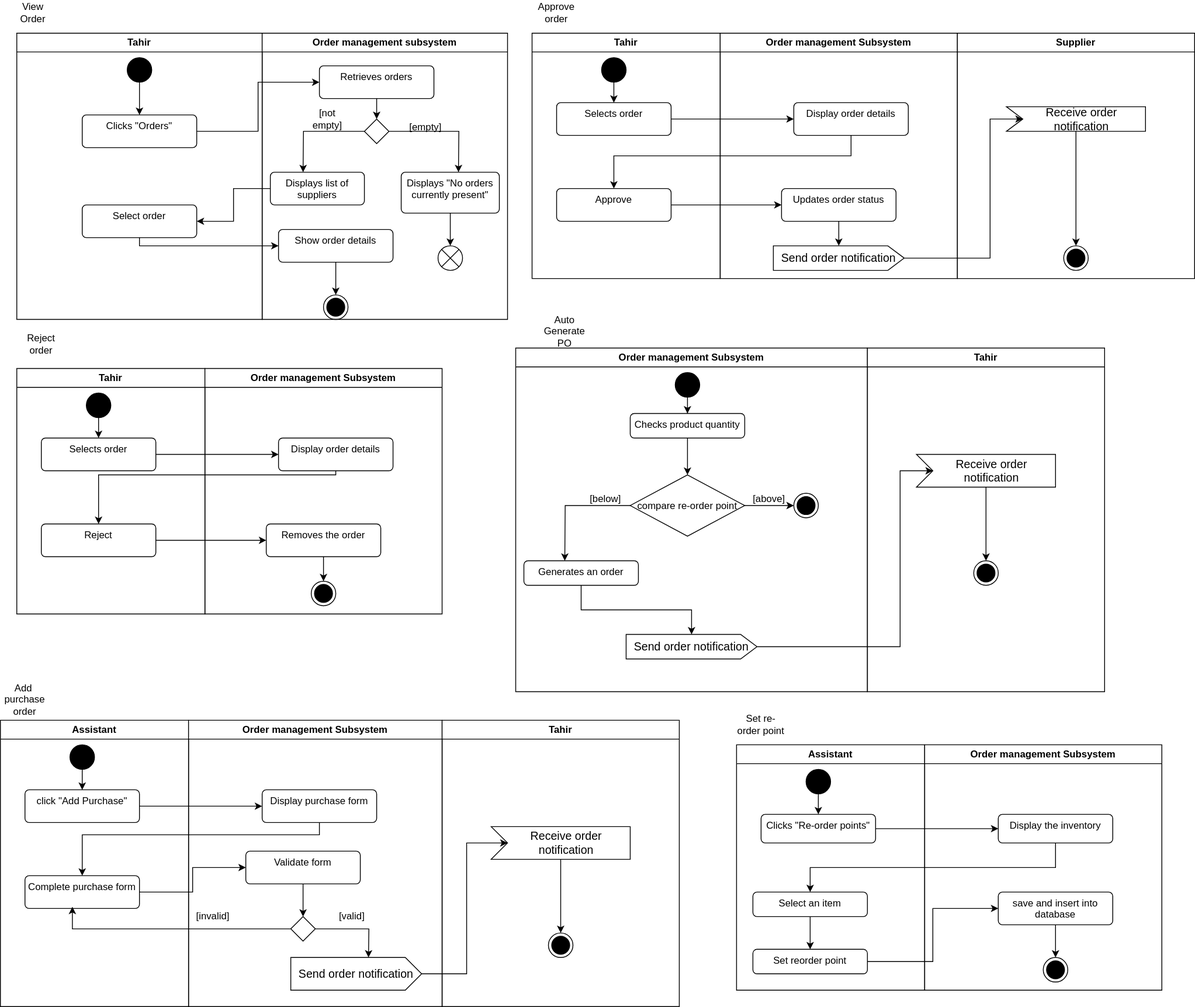
The draw.io diagram order_act.svg in Simamkele88/IFM3_GP, before a commit. Source tidied: cells renumbered, new cells last; positions are measured from the earlier drawing's top-left corner, leaving out a move shared by most shapes.
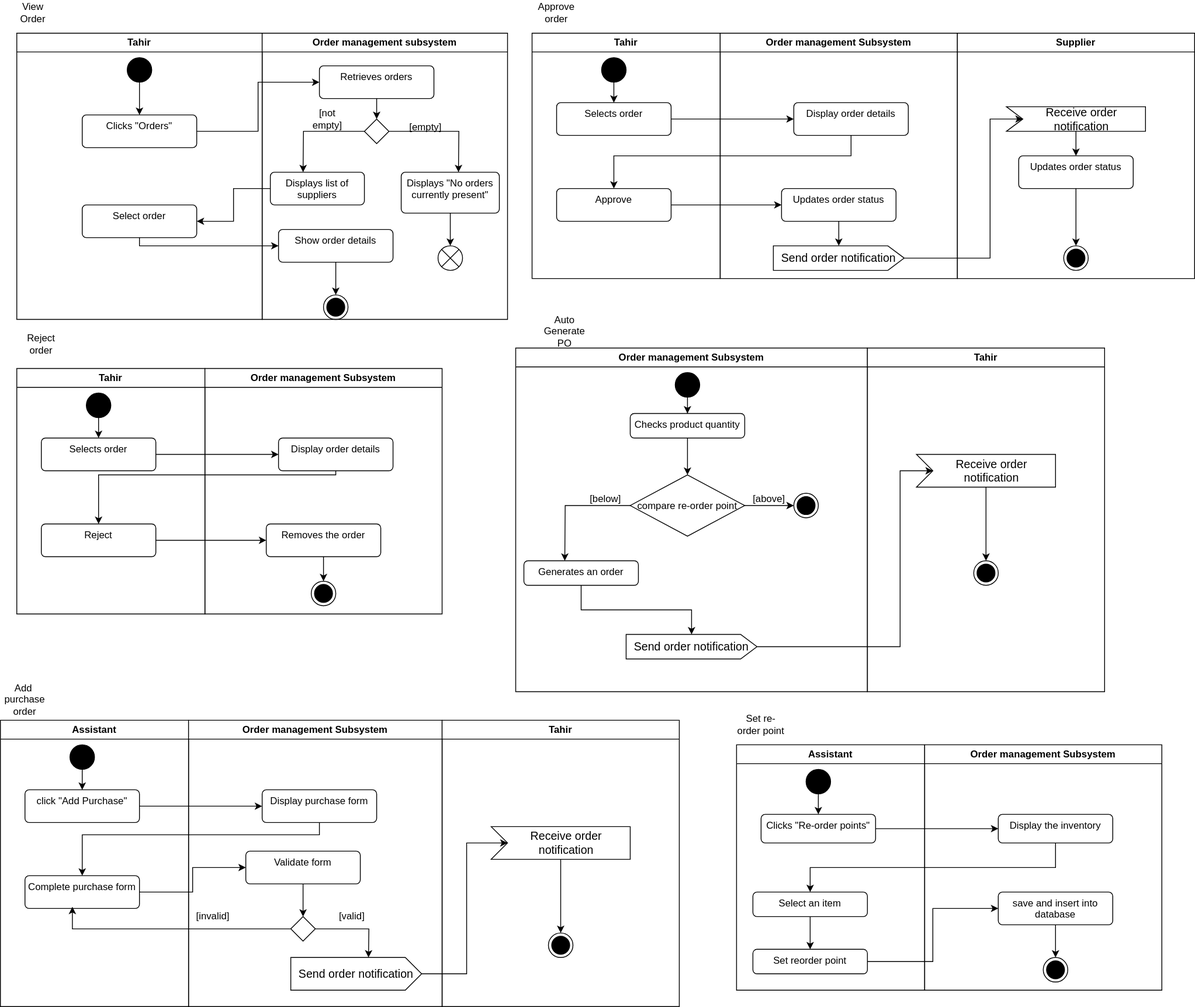
Above is the later version.

Change to the diagram source:
```diff
@@ -386,12 +386,18 @@
     <mxCell id="115" style="ellipse;html=1;shape=endState;fillColor=strokeColor;" parent="114" vertex="1">
       <mxGeometry x="130" y="260" width="30" height="30" as="geometry" />
     </mxCell>
-    <mxCell id="116" style="edgeStyle=orthogonalEdgeStyle;rounded=0;jettySize=auto;html=1;" parent="114" edge="1" source="117" target="115">
+    <mxCell id="116" style="edgeStyle=orthogonalEdgeStyle;rounded=0;jettySize=auto;html=1;" parent="114" edge="1" source="119" target="115">
       <mxGeometry relative="1" as="geometry" />
     </mxCell>
     <mxCell id="117" value="Receive order notification" style="html=1;shape=mxgraph.infographic.ribbonSimple;notch1=20;notch2=0;align=center;verticalAlign=middle;fontSize=14;fontStyle=0;fillColor=#FFFFFF;flipH=0;spacingRight=0;spacingLeft=14;whiteSpace=wrap;" parent="114" vertex="1">
       <mxGeometry x="60" y="90" width="170" height="30" as="geometry" />
     </mxCell>
+    <mxCell id="119" value="Updates order status" style="html=1;align=center;verticalAlign=top;rounded=1;absoluteArcSize=1;arcSize=10;dashed=0;whiteSpace=wrap;" parent="114" vertex="1">
+      <mxGeometry x="75" y="150" width="140" height="40" as="geometry" />
+    </mxCell>
+    <mxCell id="120" style="edgeStyle=orthogonalEdgeStyle;rounded=0;jettySize=auto;html=1;" parent="114" edge="1" source="117" target="119">
+      <mxGeometry relative="1" as="geometry" />
+    </mxCell>
     <mxCell id="118" style="edgeStyle=orthogonalEdgeStyle;rounded=0;jettySize=auto;html=1;entryX=0;entryY=0;entryDx=20;entryDy=15;entryPerimeter=0;" parent="1" edge="1" source="11" target="117">
       <mxGeometry relative="1" as="geometry">
         <Array as="points">
```
